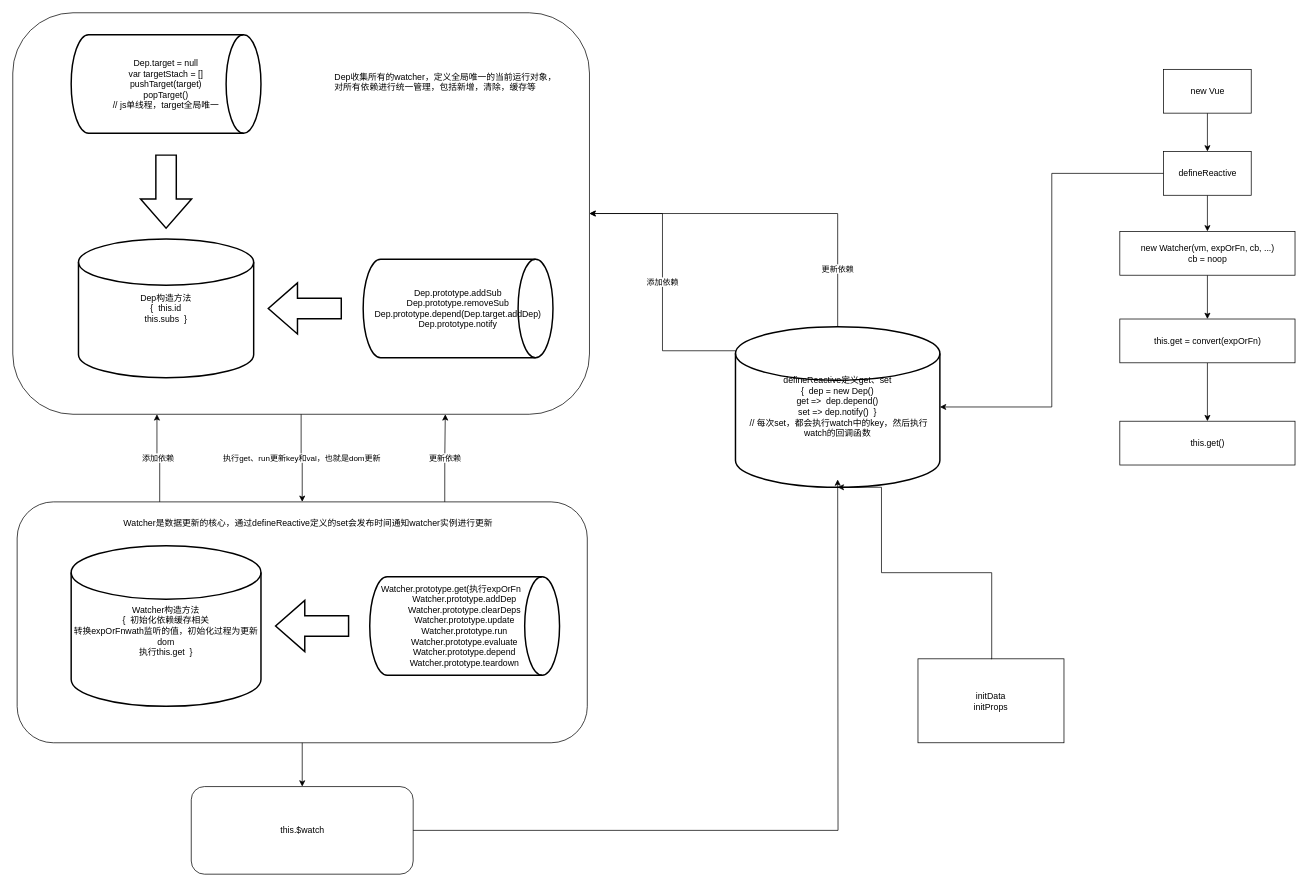
FoxDaxian/FoxDaxian.github.io keeps this draw.io diagram as assets/vue/watch相关相应分析.drawio. Above is the earlier version. Source tidied: cells renumbered, new cells numbered last; positions are measured from the earlier drawing's top-left corner, leaving out a move shared by most shapes. Both pictures are drawn from the tidied source at 73%, with x=0, y=0 at pixel (12, 12).
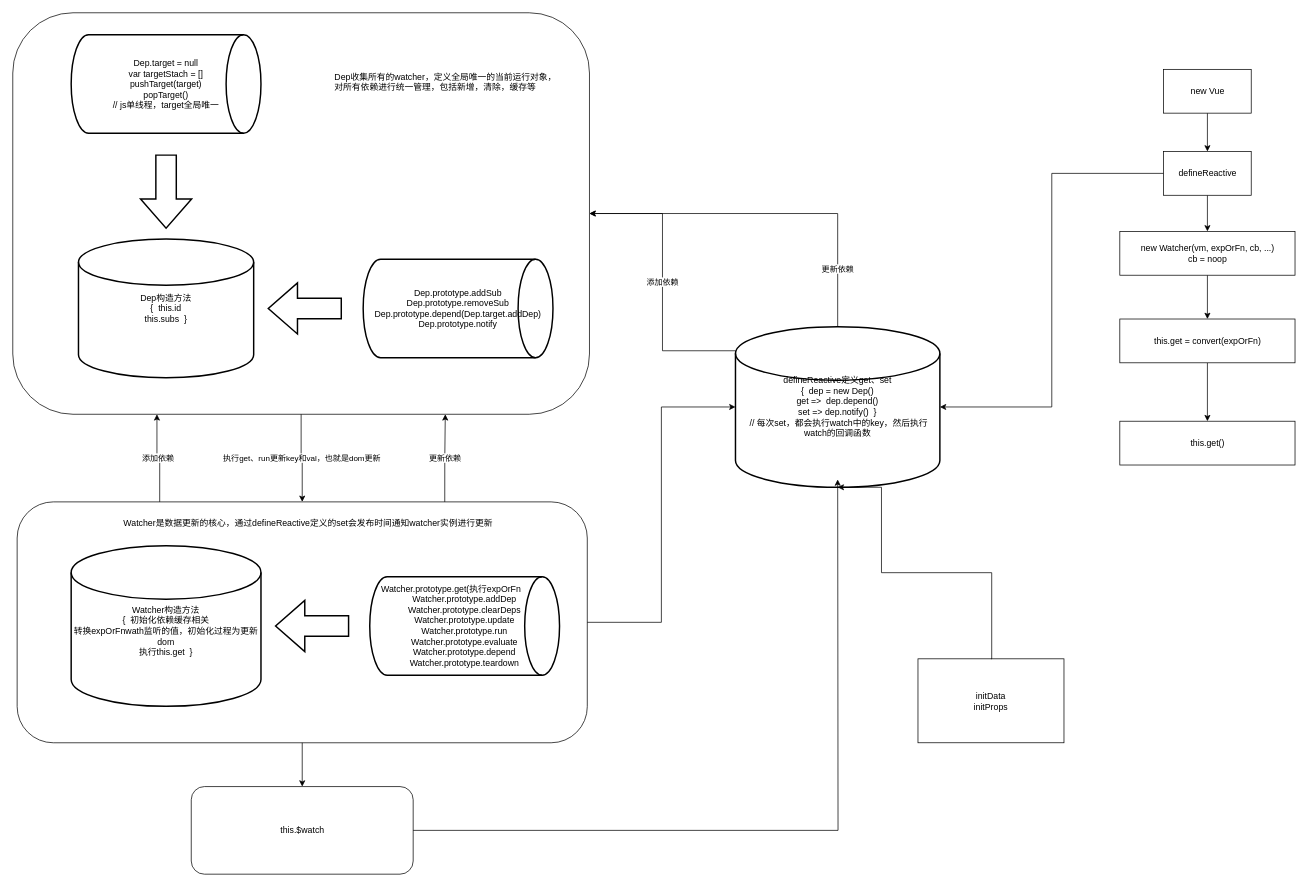
After the change.

Commit message:
Update watch相关相应分析.drawio

Unchanged cells that the change refers to:
```xml
<mxCell id="23" style="rounded=1;whiteSpace=wrap;html=1;fillColor=none;" parent="1" vertex="1">
  <mxGeometry x="6" y="670" width="781" height="330" as="geometry" />
</mxCell>
<mxCell id="29" value="defineReactive定义get、set&lt;br&gt;{&amp;nbsp; dep = new Dep()&lt;br&gt;get =&amp;gt;&amp;nbsp; dep.depend()&lt;br&gt;set =&amp;gt; dep.notify()&amp;nbsp; }&lt;br&gt;&amp;nbsp;// 每次set，都会执行watch中的key，然后执行watch的回调函数&lt;br&gt;" style="strokeWidth=2;html=1;shape=mxgraph.flowchart.database;whiteSpace=wrap;fillColor=none;" parent="1" vertex="1">
  <mxGeometry x="990" y="430" width="280" height="220" as="geometry" />
</mxCell>
```

Change to the diagram source:
```diff
@@
+    <mxCell id="35" style="edgeStyle=orthogonalEdgeStyle;rounded=0;jettySize=auto;html=1;exitX=1;exitY=0.5;exitDx=0;exitDy=0;entryX=0;entryY=0.5;entryDx=0;entryDy=0;entryPerimeter=0;" parent="1" edge="1" source="23" target="29">
+      <mxGeometry relative="1" as="geometry" />
+    </mxCell>
```
